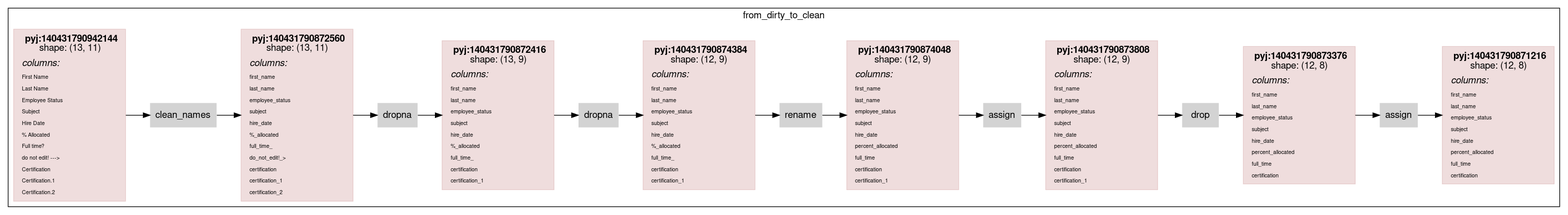
asmirnov69/pyjviz-poc keeps this Graphviz diagram as scripts/rdflog/dirty-clean-w-cmc.ttl.dot.png. Above is the earlier version. Its source is kept beside it as scripts/rdflog/dirty-clean-w-cmc.ttl.dot.
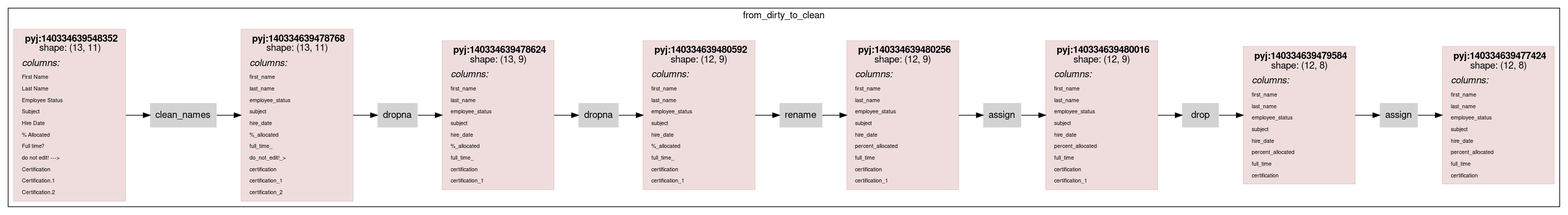
Later version of the same file.

Diff of the diagram source:
```diff
@@ -14,7 +14,7 @@
                 color="#88000022"
                 shape = rect
                 label = <<table border="0" cellborder="0" cellspacing="0" cellpadding="4">
-                         <tr> <td> <b>pyj:140431790942144</b><br/>shape: (13, 11)</td> </tr>
+                         <tr> <td> <b>pyj:140334639548352</b><br/>shape: (13, 11)</td> </tr>
                          <tr> <td align="left"><i>columns:</i><br align="left"/></td></tr>
                 <tr><td align="left"><FONT POINT-SIZE="8px">First Name</FONT></td></tr>
 <tr><td align="left"><FONT POINT-SIZE="8px">Last Name</FONT></td></tr>
@@ -33,7 +33,7 @@
                 color="#88000022"
                 shape = rect
                 label = <<table border="0" cellborder="0" cellspacing="0" cellpadding="4">
-                         <tr> <td> <b>pyj:140431790872560</b><br/>shape: (13, 11)</td> </tr>
+                         <tr> <td> <b>pyj:140334639478768</b><br/>shape: (13, 11)</td> </tr>
                          <tr> <td align="left"><i>columns:</i><br align="left"/></td></tr>
                 <tr><td align="left"><FONT POINT-SIZE="8px">first_name</FONT></td></tr>
 <tr><td align="left"><FONT POINT-SIZE="8px">last_name</FONT></td></tr>
@@ -52,7 +52,7 @@
                 color="#88000022"
                 shape = rect
                 label = <<table border="0" cellborder="0" cellspacing="0" cellpadding="4">
-                         <tr> <td> <b>pyj:140431790872416</b><br/>shape: (13, 9)</td> </tr>
+                         <tr> <td> <b>pyj:140334639478624</b><br/>shape: (13, 9)</td> </tr>
                          <tr> <td align="left"><i>columns:</i><br align="left"/></td></tr>
                 <tr><td align="left"><FONT POINT-SIZE="8px">first_name</FONT></td></tr>
 <tr><td align="left"><FONT POINT-SIZE="8px">last_name</FONT></td></tr>
@@ -69,7 +69,7 @@
                 color="#88000022"
                 shape = rect
                 label = <<table border="0" cellborder="0" cellspacing="0" cellpadding="4">
-                         <tr> <td> <b>pyj:140431790874384</b><br/>shape: (12, 9)</td> </tr>
+                         <tr> <td> <b>pyj:140334639480592</b><br/>shape: (12, 9)</td> </tr>
                          <tr> <td align="left"><i>columns:</i><br align="left"/></td></tr>
                 <tr><td align="left"><FONT POINT-SIZE="8px">first_name</FONT></td></tr>
 <tr><td align="left"><FONT POINT-SIZE="8px">last_name</FONT></td></tr>
@@ -86,7 +86,7 @@
                 color="#88000022"
                 shape = rect
                 label = <<table border="0" cellborder="0" cellspacing="0" cellpadding="4">
-                         <tr> <td> <b>pyj:140431790874048</b><br/>shape: (12, 9)</td> </tr>
+                         <tr> <td> <b>pyj:140334639480256</b><br/>shape: (12, 9)</td> </tr>
                          <tr> <td align="left"><i>columns:</i><br align="left"/></td></tr>
                 <tr><td align="left"><FONT POINT-SIZE="8px">first_name</FONT></td></tr>
 <tr><td align="left"><FONT POINT-SIZE="8px">last_name</FONT></td></tr>
@@ -103,7 +103,7 @@
                 color="#88000022"
                 shape = rect
                 label = <<table border="0" cellborder="0" cellspacing="0" cellpadding="4">
-                         <tr> <td> <b>pyj:140431790873808</b><br/>shape: (12, 9)</td> </tr>
+                         <tr> <td> <b>pyj:140334639480016</b><br/>shape: (12, 9)</td> </tr>
                          <tr> <td align="left"><i>columns:</i><br align="left"/></td></tr>
                 <tr><td align="left"><FONT POINT-SIZE="8px">first_name</FONT></td></tr>
 <tr><td align="left"><FONT POINT-SIZE="8px">last_name</FONT></td></tr>
@@ -120,7 +120,7 @@
                 color="#88000022"
                 shape = rect
                 label = <<table border="0" cellborder="0" cellspacing="0" cellpadding="4">
-                         <tr> <td> <b>pyj:140431790873376</b><br/>shape: (12, 8)</td> </tr>
+                         <tr> <td> <b>pyj:140334639479584</b><br/>shape: (12, 8)</td> </tr>
                          <tr> <td align="left"><i>columns:</i><br align="left"/></td></tr>
                 <tr><td align="left"><FONT POINT-SIZE="8px">first_name</FONT></td></tr>
 <tr><td align="left"><FONT POINT-SIZE="8px">last_name</FONT></td></tr>
@@ -136,7 +136,7 @@
                 color="#88000022"
                 shape = rect
                 label = <<table border="0" cellborder="0" cellspacing="0" cellpadding="4">
-                         <tr> <td> <b>pyj:140431790871216</b><br/>shape: (12, 8)</td> </tr>
+                         <tr> <td> <b>pyj:140334639477424</b><br/>shape: (12, 8)</td> </tr>
                          <tr> <td align="left"><i>columns:</i><br align="left"/></td></tr>
                 <tr><td align="left"><FONT POINT-SIZE="8px">first_name</FONT></td></tr>
 <tr><td align="left"><FONT POINT-SIZE="8px">last_name</FONT></td></tr>
```
